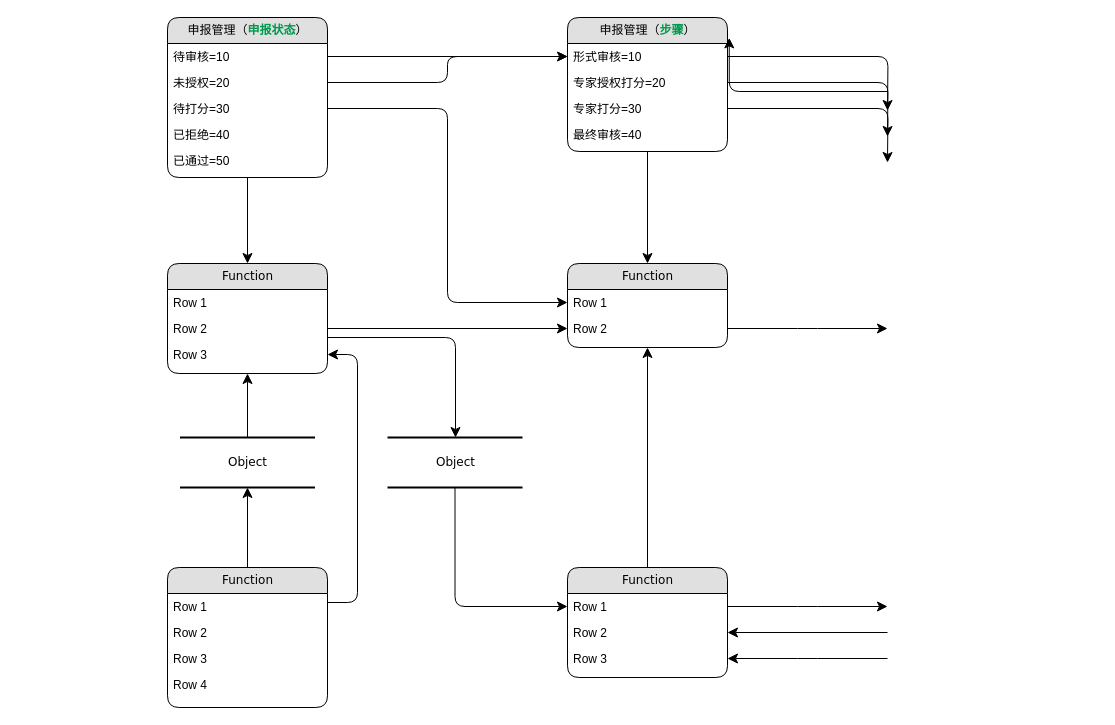
Above: 未命名绘图.drawio in wanghuabei/bei (draw.io), before the change. Source tidied: cells renumbered, new cells numbered last; positions are measured from the earlier drawing's top-left corner, leaving out a move shared by most shapes. Both pictures are drawn from the tidied source at 100%, with x=0, y=0 at pixel (167, 17).
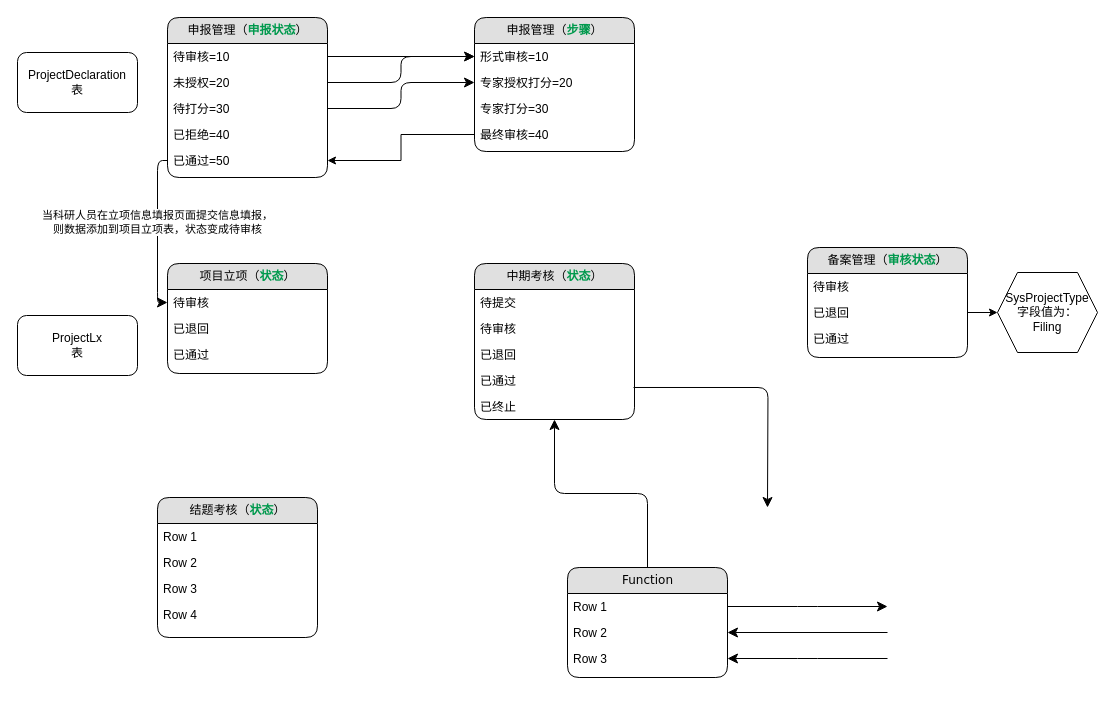
The same diagram, later.

Commit message (it also covers changes not shown here):
更新未命名绘图.drawio

The change refers to these unchanged cells:
```xml
<mxCell id="3" value="申报管理（&lt;b&gt;&lt;font color=&quot;#00994d&quot;&gt;申报状态&lt;/font&gt;&lt;/b&gt;）" style="swimlane;html=1;fontStyle=0;horizontal=1;startSize=26;fillColor=#e0e0e0;swimlaneFillColor=#ffffff;align=center;rounded=1;shadow=0;comic=0;labelBackgroundColor=none;strokeWidth=1;fontFamily=Verdana;fontSize=12;" parent="1" vertex="1">
  <mxGeometry width="160" height="160" as="geometry" />
</mxCell>
<mxCell id="6" value="待打分=30" style="text;html=1;strokeColor=none;fillColor=none;spacingLeft=4;spacingRight=4;whiteSpace=wrap;overflow=hidden;points=[[0,0.5],[1,0.5]];portConstraint=eastwest;" parent="3" vertex="1">
  <mxGeometry y="78" width="160" height="26" as="geometry" />
</mxCell>
<mxCell id="8" value="已通过=50" style="text;html=1;strokeColor=none;fillColor=none;spacingLeft=4;spacingRight=4;whiteSpace=wrap;overflow=hidden;points=[[0,0.5],[1,0.5]];portConstraint=eastwest;" parent="3" vertex="1">
  <mxGeometry y="130" width="160" height="26" as="geometry" />
</mxCell>
<mxCell id="10" value="形式审核=10" style="text;html=1;strokeColor=none;fillColor=none;spacingLeft=4;spacingRight=4;whiteSpace=wrap;overflow=hidden;points=[[0,0.5],[1,0.5]];portConstraint=eastwest;" parent="9" vertex="1">
  <mxGeometry y="26" width="160" height="26" as="geometry" />
</mxCell>
<mxCell id="11" value="专家授权打分=20" style="text;html=1;strokeColor=none;fillColor=none;spacingLeft=4;spacingRight=4;whiteSpace=wrap;overflow=hidden;points=[[0,0.5],[1,0.5]];portConstraint=eastwest;" parent="9" vertex="1">
  <mxGeometry y="52" width="160" height="26" as="geometry" />
</mxCell>
<mxCell id="12" value="专家打分=30" style="text;html=1;strokeColor=none;fillColor=none;spacingLeft=4;spacingRight=4;whiteSpace=wrap;overflow=hidden;points=[[0,0.5],[1,0.5]];portConstraint=eastwest;" parent="9" vertex="1">
  <mxGeometry y="78" width="160" height="26" as="geometry" />
</mxCell>
<mxCell id="13" value="最终审核=40" style="text;html=1;strokeColor=none;fillColor=none;spacingLeft=4;spacingRight=4;whiteSpace=wrap;overflow=hidden;points=[[0,0.5],[1,0.5]];portConstraint=eastwest;" parent="9" vertex="1">
  <mxGeometry y="104" width="160" height="26" as="geometry" />
</mxCell>
<mxCell id="28" value="Row 1" style="text;html=1;strokeColor=none;fillColor=none;spacingLeft=4;spacingRight=4;whiteSpace=wrap;overflow=hidden;points=[[0,0.5],[1,0.5]];portConstraint=eastwest;" parent="27" vertex="1">
  <mxGeometry y="26" width="160" height="26" as="geometry" />
</mxCell>
```

Change to the diagram source:
```diff
@@
-    <mxCell id="2" value="Object" style="html=1;rounded=0;shadow=0;comic=0;labelBackgroundColor=none;strokeWidth=2;fontFamily=Verdana;fontSize=12;align=center;shape=mxgraph.ios7ui.horLines;" parent="1" vertex="1">
-      <mxGeometry x="12.5" y="420" width="135" height="50" as="geometry" />
-    </mxCell>
@@
     <mxCell id="9" value="申报管理（&lt;b&gt;&lt;font color=&quot;#00994d&quot;&gt;步骤&lt;/font&gt;&lt;/b&gt;）" style="swimlane;html=1;fontStyle=0;horizontal=1;startSize=26;fillColor=#e0e0e0;swimlaneFillColor=#ffffff;align=center;rounded=1;shadow=0;comic=0;labelBackgroundColor=none;strokeWidth=1;fontFamily=Verdana;fontSize=12;" parent="1" vertex="1">
-      <mxGeometry x="400" width="160" height="134" as="geometry" />
+      <mxGeometry x="307" width="160" height="134" as="geometry" />
     </mxCell>
@@
-    <mxCell id="15" value="Function" style="swimlane;html=1;fontStyle=0;horizontal=1;startSize=26;fillColor=#e0e0e0;swimlaneFillColor=#ffffff;align=center;rounded=1;shadow=0;comic=0;labelBackgroundColor=none;strokeWidth=1;fontFamily=Verdana;fontSize=12;" parent="1" vertex="1">
+    <mxCell id="15" value="项目立项（&lt;b&gt;&lt;font color=&quot;#00994d&quot;&gt;状态&lt;/font&gt;&lt;/b&gt;）" style="swimlane;html=1;fontStyle=0;horizontal=1;startSize=26;fillColor=#e0e0e0;swimlaneFillColor=#ffffff;align=center;rounded=1;shadow=0;comic=0;labelBackgroundColor=none;strokeWidth=1;fontFamily=Verdana;fontSize=12;" parent="1" vertex="1">
       <mxGeometry y="246" width="160" height="110" as="geometry" />
     </mxCell>
-    <mxCell id="16" value="Row 1" style="text;html=1;strokeColor=none;fillColor=none;spacingLeft=4;spacingRight=4;whiteSpace=wrap;overflow=hidden;points=[[0,0.5],[1,0.5]];portConstraint=eastwest;" parent="15" vertex="1">
+    <mxCell id="16" value="待审核" style="text;html=1;strokeColor=none;fillColor=none;spacingLeft=4;spacingRight=4;whiteSpace=wrap;overflow=hidden;points=[[0,0.5],[1,0.5]];portConstraint=eastwest;" parent="15" vertex="1">
       <mxGeometry y="26" width="160" height="26" as="geometry" />
     </mxCell>
-    <mxCell id="17" value="Row 2" style="text;html=1;strokeColor=none;fillColor=none;spacingLeft=4;spacingRight=4;whiteSpace=wrap;overflow=hidden;points=[[0,0.5],[1,0.5]];portConstraint=eastwest;" parent="15" vertex="1">
+    <mxCell id="17" value="已退回" style="text;html=1;strokeColor=none;fillColor=none;spacingLeft=4;spacingRight=4;whiteSpace=wrap;overflow=hidden;points=[[0,0.5],[1,0.5]];portConstraint=eastwest;" parent="15" vertex="1">
       <mxGeometry y="52" width="160" height="26" as="geometry" />
     </mxCell>
-    <mxCell id="18" value="Row 3" style="text;html=1;strokeColor=none;fillColor=none;spacingLeft=4;spacingRight=4;whiteSpace=wrap;overflow=hidden;points=[[0,0.5],[1,0.5]];portConstraint=eastwest;" parent="15" vertex="1">
+    <mxCell id="18" value="已通过" style="text;html=1;strokeColor=none;fillColor=none;spacingLeft=4;spacingRight=4;whiteSpace=wrap;overflow=hidden;points=[[0,0.5],[1,0.5]];portConstraint=eastwest;" parent="15" vertex="1">
       <mxGeometry y="78" width="160" height="26" as="geometry" />
     </mxCell>
-    <mxCell id="19" value="Function" style="swimlane;html=1;fontStyle=0;horizontal=1;startSize=26;fillColor=#e0e0e0;swimlaneFillColor=#ffffff;align=center;rounded=1;shadow=0;comic=0;labelBackgroundColor=none;strokeWidth=1;fontFamily=Verdana;fontSize=12;" parent="1" vertex="1">
-      <mxGeometry y="550" width="160" height="140" as="geometry" />
+    <mxCell id="19" value="结题考核（&lt;b&gt;&lt;font color=&quot;#00994d&quot;&gt;状态&lt;/font&gt;&lt;/b&gt;）" style="swimlane;html=1;fontStyle=0;horizontal=1;startSize=26;fillColor=#e0e0e0;swimlaneFillColor=#ffffff;align=center;rounded=1;shadow=0;comic=0;labelBackgroundColor=none;strokeWidth=1;fontFamily=Verdana;fontSize=12;" parent="1" vertex="1">
+      <mxGeometry x="-10" y="480" width="160" height="140" as="geometry" />
     </mxCell>
@@
-    <mxCell id="24" value="Function" style="swimlane;html=1;fontStyle=0;horizontal=1;startSize=26;fillColor=#e0e0e0;swimlaneFillColor=#ffffff;align=center;rounded=1;shadow=0;comic=0;labelBackgroundColor=none;strokeWidth=1;fontFamily=Verdana;fontSize=12;" parent="1" vertex="1">
-      <mxGeometry x="400" y="246" width="160" height="84" as="geometry" />
+    <mxCell id="24" value="中期考核（&lt;b&gt;&lt;font color=&quot;#00994d&quot;&gt;状态&lt;/font&gt;&lt;/b&gt;）" style="swimlane;html=1;fontStyle=0;horizontal=1;startSize=26;fillColor=#e0e0e0;swimlaneFillColor=#ffffff;align=center;rounded=1;shadow=0;comic=0;labelBackgroundColor=none;strokeWidth=1;fontFamily=Verdana;fontSize=12;" parent="1" vertex="1">
+      <mxGeometry x="307" y="246" width="160" height="156" as="geometry" />
     </mxCell>
-    <mxCell id="25" value="Row 1" style="text;html=1;strokeColor=none;fillColor=none;spacingLeft=4;spacingRight=4;whiteSpace=wrap;overflow=hidden;points=[[0,0.5],[1,0.5]];portConstraint=eastwest;" parent="24" vertex="1">
+    <mxCell id="25" value="待提交" style="text;html=1;strokeColor=none;fillColor=none;spacingLeft=4;spacingRight=4;whiteSpace=wrap;overflow=hidden;points=[[0,0.5],[1,0.5]];portConstraint=eastwest;" parent="24" vertex="1">
       <mxGeometry y="26" width="160" height="26" as="geometry" />
     </mxCell>
-    <mxCell id="26" value="Row 2" style="text;html=1;strokeColor=none;fillColor=none;spacingLeft=4;spacingRight=4;whiteSpace=wrap;overflow=hidden;points=[[0,0.5],[1,0.5]];portConstraint=eastwest;" parent="24" vertex="1">
+    <mxCell id="26" value="待审核" style="text;html=1;strokeColor=none;fillColor=none;spacingLeft=4;spacingRight=4;whiteSpace=wrap;overflow=hidden;points=[[0,0.5],[1,0.5]];portConstraint=eastwest;" parent="24" vertex="1">
       <mxGeometry y="52" width="160" height="26" as="geometry" />
     </mxCell>
+    <mxCell id="52" value="已退回" style="text;html=1;strokeColor=none;fillColor=none;spacingLeft=4;spacingRight=4;whiteSpace=wrap;overflow=hidden;" parent="24" vertex="1">
+      <mxGeometry y="78" width="160" height="26" as="geometry" />
+    </mxCell>
+    <mxCell id="53" value="已通过" style="text;html=1;strokeColor=none;fillColor=none;spacingLeft=4;spacingRight=4;whiteSpace=wrap;overflow=hidden;points=[[0,0.5],[1,0.5]];portConstraint=eastwest;" parent="24" vertex="1">
+      <mxGeometry y="104" width="160" height="26" as="geometry" />
+    </mxCell>
+    <mxCell id="54" value="已终止" style="text;html=1;strokeColor=none;fillColor=none;spacingLeft=4;spacingRight=4;whiteSpace=wrap;overflow=hidden;" parent="24" vertex="1">
+      <mxGeometry y="130" width="160" height="26" as="geometry" />
+    </mxCell>
@@
-    <mxCell id="31" value="Object" style="html=1;rounded=0;shadow=0;comic=0;labelBackgroundColor=none;strokeWidth=2;fontFamily=Verdana;fontSize=12;align=center;shape=mxgraph.ios7ui.horLines;" parent="1" vertex="1">
-      <mxGeometry x="220" y="420" width="135" height="50" as="geometry" />
-    </mxCell>
-    <mxCell id="32" style="edgeStyle=none;html=1;labelBackgroundColor=none;startFill=0;startSize=8;endFill=1;endSize=8;fontFamily=Verdana;fontSize=12;" parent="1" edge="1" source="19" target="2">
-      <mxGeometry relative="1" as="geometry" />
-    </mxCell>
-    <mxCell id="33" style="edgeStyle=none;html=1;labelBackgroundColor=none;startFill=0;startSize=8;endFill=1;endSize=8;fontFamily=Verdana;fontSize=12;" parent="1" edge="1" source="2" target="15">
-      <mxGeometry relative="1" as="geometry" />
-    </mxCell>
-    <mxCell id="34" style="edgeStyle=orthogonalEdgeStyle;html=1;labelBackgroundColor=none;startFill=0;startSize=8;endFill=1;endSize=8;fontFamily=Verdana;fontSize=12;exitX=1;exitY=0.25;entryX=1;entryY=0.5;" parent="1" edge="1" source="19" target="18">
-      <mxGeometry relative="1" as="geometry">
-        <Array as="points">
-          <mxPoint x="190" y="585" />
-          <mxPoint x="190" y="337" />
-        </Array>
-      </mxGeometry>
-    </mxCell>
-    <mxCell id="35" style="edgeStyle=orthogonalEdgeStyle;html=1;labelBackgroundColor=none;startFill=0;startSize=8;endFill=1;endSize=8;fontFamily=Verdana;fontSize=12;" parent="1" edge="1" source="31" target="28">
-      <mxGeometry x="-0.13" y="32" relative="1" as="geometry" />
-    </mxCell>
-    <mxCell id="36" style="edgeStyle=orthogonalEdgeStyle;html=1;labelBackgroundColor=none;startFill=0;startSize=8;endFill=1;endSize=8;fontFamily=Verdana;fontSize=12;" parent="1" edge="1" source="15" target="31">
-      <mxGeometry relative="1" as="geometry">
-        <Array as="points">
-          <mxPoint x="288" y="320" />
-        </Array>
-      </mxGeometry>
-    </mxCell>
-    <mxCell id="37" style="edgeStyle=orthogonalEdgeStyle;html=1;labelBackgroundColor=none;startFill=0;startSize=8;endFill=1;endSize=8;fontFamily=Verdana;fontSize=12;" parent="1" edge="1" source="3" target="15">
+    <mxCell id="37" style="edgeStyle=orthogonalEdgeStyle;html=1;labelBackgroundColor=none;startFill=0;startSize=8;endFill=1;endSize=8;fontFamily=Verdana;fontSize=12;exitX=0;exitY=0.5;exitDx=0;exitDy=0;entryX=0;entryY=0.5;entryDx=0;entryDy=0;" parent="1" edge="1" source="8" target="16">
       <mxGeometry relative="1" as="geometry" />
     </mxCell>
+    <mxCell id="55" value="当科研人员在立项信息填报页面提交信息填报，&lt;br&gt;则数据添加到项目立项表，状态变成待审核" style="edgeLabel;html=1;align=center;verticalAlign=middle;" parent="37" vertex="1">
+      <mxGeometry x="-0.12" y="-1" relative="1" as="geometry" />
+    </mxCell>
@@
-    <mxCell id="39" style="edgeStyle=orthogonalEdgeStyle;html=1;labelBackgroundColor=none;startFill=0;startSize=8;endFill=1;endSize=8;fontFamily=Verdana;fontSize=12;" parent="1" edge="1" source="9" target="24">
-      <mxGeometry relative="1" as="geometry" />
-    </mxCell>
@@
-    <mxCell id="41" style="edgeStyle=orthogonalEdgeStyle;html=1;exitX=1;exitY=0.5;entryX=0;entryY=0.5;labelBackgroundColor=none;startFill=0;startSize=8;endFill=1;endSize=8;fontFamily=Verdana;fontSize=12;" parent="1" edge="1" source="6" target="25">
+    <mxCell id="41" style="edgeStyle=orthogonalEdgeStyle;html=1;exitX=1;exitY=0.5;entryX=0;entryY=0.5;labelBackgroundColor=none;startFill=0;startSize=8;endFill=1;endSize=8;fontFamily=Verdana;fontSize=12;entryDx=0;entryDy=0;" parent="1" edge="1" source="6" target="11">
       <mxGeometry relative="1" as="geometry" />
     </mxCell>
-    <mxCell id="42" style="edgeStyle=orthogonalEdgeStyle;html=1;exitX=1;exitY=0.5;entryX=0;entryY=0.5;labelBackgroundColor=none;startFill=0;startSize=8;endFill=1;endSize=8;fontFamily=Verdana;fontSize=12;" parent="1" edge="1" source="17" target="26">
-      <mxGeometry relative="1" as="geometry" />
-    </mxCell>
-    <mxCell id="43" style="edgeStyle=orthogonalEdgeStyle;html=1;labelBackgroundColor=none;startFill=0;startSize=8;endFill=1;endSize=8;fontFamily=Verdana;fontSize=12;" parent="1" edge="1" source="26">
+    <mxCell id="43" style="edgeStyle=orthogonalEdgeStyle;html=1;labelBackgroundColor=none;startFill=0;startSize=8;endFill=1;endSize=8;fontFamily=Verdana;fontSize=12;exitX=0.994;exitY=0.769;exitDx=0;exitDy=0;exitPerimeter=0;" parent="1" edge="1" source="53">
       <mxGeometry relative="1" as="geometry">
-        <mxPoint x="720" y="311" as="targetPoint" />
+        <mxPoint x="600" y="490" as="targetPoint" />
       </mxGeometry>
     </mxCell>
@@
-    <mxCell id="47" style="edgeStyle=orthogonalEdgeStyle;html=1;exitX=1;exitY=0.5;labelBackgroundColor=none;startFill=0;startSize=8;endFill=1;endSize=8;fontFamily=Verdana;fontSize=12;" parent="1" edge="1" source="10">
-      <mxGeometry relative="1" as="geometry">
-        <mxPoint x="720" y="93" as="targetPoint" />
-      </mxGeometry>
-    </mxCell>
-    <mxCell id="48" style="edgeStyle=orthogonalEdgeStyle;html=1;exitX=1;exitY=0.5;labelBackgroundColor=none;startFill=0;startSize=8;endFill=1;endSize=8;fontFamily=Verdana;fontSize=12;" parent="1" edge="1" source="11">
-      <mxGeometry relative="1" as="geometry">
-        <mxPoint x="720" y="119" as="targetPoint" />
-      </mxGeometry>
-    </mxCell>
-    <mxCell id="49" style="edgeStyle=orthogonalEdgeStyle;html=1;exitX=1;exitY=0.5;labelBackgroundColor=none;startFill=0;startSize=8;endFill=1;endSize=8;fontFamily=Verdana;fontSize=12;" parent="1" edge="1" source="12">
-      <mxGeometry relative="1" as="geometry">
-        <mxPoint x="720" y="145" as="targetPoint" />
-      </mxGeometry>
-    </mxCell>
-    <mxCell id="50" style="edgeStyle=elbowEdgeStyle;html=1;labelBackgroundColor=none;startFill=0;startSize=8;endFill=1;endSize=8;fontFamily=Verdana;fontSize=12;elbow=vertical;entryX=1.011;entryY=0.152;entryPerimeter=0;" parent="1" edge="1" target="9">
-      <mxGeometry relative="1" as="geometry">
-        <mxPoint x="720" y="74" as="sourcePoint" />
-        <Array as="points">
-          <mxPoint x="650" y="74" />
-        </Array>
-      </mxGeometry>
-    </mxCell>
@@
+    <mxCell id="56" value="备案管理（&lt;b&gt;&lt;font color=&quot;#00994d&quot;&gt;审核&lt;/font&gt;&lt;/b&gt;&lt;b style=&quot;border-color: var(--border-color);&quot;&gt;&lt;font style=&quot;border-color: var(--border-color);&quot; color=&quot;#00994d&quot;&gt;状态&lt;/font&gt;&lt;/b&gt;）" style="swimlane;html=1;fontStyle=0;horizontal=1;startSize=26;fillColor=#e0e0e0;swimlaneFillColor=#ffffff;align=center;rounded=1;shadow=0;comic=0;labelBackgroundColor=none;strokeWidth=1;fontFamily=Verdana;fontSize=12;" parent="1" vertex="1">
+      <mxGeometry x="640" y="230" width="160" height="110" as="geometry" />
+    </mxCell>
+    <mxCell id="57" value="待审核" style="text;html=1;strokeColor=none;fillColor=none;spacingLeft=4;spacingRight=4;whiteSpace=wrap;overflow=hidden;" parent="56" vertex="1">
+      <mxGeometry y="26" width="160" height="26" as="geometry" />
+    </mxCell>
+    <mxCell id="58" value="已退回" style="text;html=1;strokeColor=none;fillColor=none;spacingLeft=4;spacingRight=4;whiteSpace=wrap;overflow=hidden;points=[[0,0.5],[1,0.5]];portConstraint=eastwest;" parent="56" vertex="1">
+      <mxGeometry y="52" width="160" height="26" as="geometry" />
+    </mxCell>
+    <mxCell id="59" value="已通过" style="text;html=1;strokeColor=none;fillColor=none;spacingLeft=4;spacingRight=4;whiteSpace=wrap;overflow=hidden;" parent="56" vertex="1">
+      <mxGeometry y="78" width="160" height="26" as="geometry" />
+    </mxCell>
+    <mxCell id="60" value="ProjectDeclaration&lt;br&gt;表" style="rounded=1;whiteSpace=wrap;html=1;" parent="1" vertex="1">
+      <mxGeometry x="-150" y="35" width="120" height="60" as="geometry" />
+    </mxCell>
+    <mxCell id="61" value="ProjectLx&lt;br&gt;表" style="rounded=1;whiteSpace=wrap;html=1;" parent="1" vertex="1">
+      <mxGeometry x="-150" y="298" width="120" height="60" as="geometry" />
+    </mxCell>
+    <mxCell id="62" value="SysProjectType&lt;br&gt;字段值为：&lt;br&gt;Filing" style="shape=hexagon;perimeter=hexagonPerimeter2;whiteSpace=wrap;html=1;fixedSize=1;" parent="1" vertex="1">
+      <mxGeometry x="830" y="255" width="100" height="80" as="geometry" />
+    </mxCell>
+    <mxCell id="63" style="edgeStyle=orthogonalEdgeStyle;rounded=0;jettySize=auto;html=1;exitX=1;exitY=0.5;exitDx=0;exitDy=0;entryX=0;entryY=0.5;entryDx=0;entryDy=0;" parent="1" edge="1" source="58" target="62">
+      <mxGeometry relative="1" as="geometry" />
+    </mxCell>
+    <mxCell id="64" style="edgeStyle=orthogonalEdgeStyle;rounded=0;jettySize=auto;html=1;exitX=0;exitY=0.5;exitDx=0;exitDy=0;entryX=1;entryY=0.5;entryDx=0;entryDy=0;" parent="1" edge="1" source="13" target="8">
+      <mxGeometry relative="1" as="geometry" />
+    </mxCell>
```
